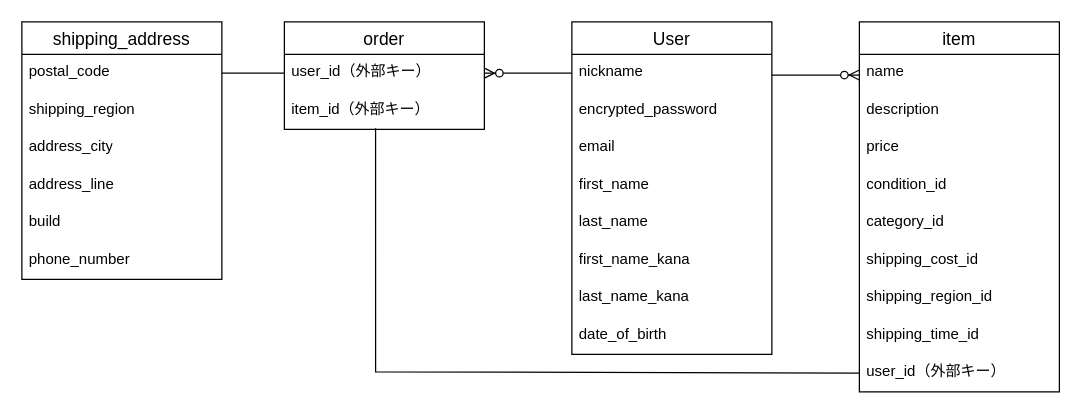
Above: ER.dio in agkazuya/furima-41808 (draw.io), before the change. Source tidied: cells renumbered, new cells numbered last; positions are measured from the earlier drawing's top-left corner, leaving out a move shared by most shapes. Both pictures are drawn from the tidied source at 125%, with x=0, y=0 at pixel (21, -1).
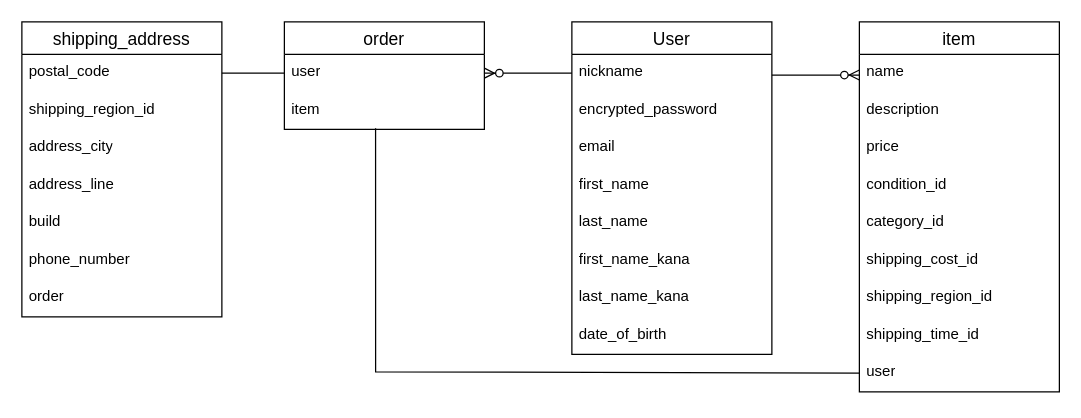
After the change.

Commit message (it also covers changes not shown here):
データベース設計

The change refers to these unchanged cells:
```xml
<mxCell id="11" value="item" style="swimlane;fontStyle=0;horizontal=1;startSize=26;align=center;fontSize=14;" parent="1" vertex="1">
  <mxGeometry x="670" y="18" width="160" height="296" as="geometry" />
</mxCell>
<mxCell id="22" value="order" style="swimlane;fontStyle=0;horizontal=1;startSize=26;align=center;fontSize=14;" parent="1" vertex="1">
  <mxGeometry x="210" y="18" width="160" height="86" as="geometry" />
</mxCell>
```

Diff of the diagram source:
```diff
@@
-    <mxCell id="20" value="user_id（外部キー）" style="text;strokeColor=none;fillColor=none;spacingLeft=4;spacingRight=4;overflow=hidden;points=[[0,0.5],[1,0.5]];portConstraint=eastwest;fontSize=12;whiteSpace=wrap;html=1;" parent="11" vertex="1">
+    <mxCell id="20" value="user" style="text;strokeColor=none;fillColor=none;spacingLeft=4;spacingRight=4;overflow=hidden;points=[[0,0.5],[1,0.5]];portConstraint=eastwest;fontSize=12;whiteSpace=wrap;html=1;" parent="11" vertex="1">
       <mxGeometry y="266" width="160" height="30" as="geometry" />
     </mxCell>
@@
-    <mxCell id="23" value="user_id（外部キー）" style="text;strokeColor=none;fillColor=none;spacingLeft=4;spacingRight=4;overflow=hidden;points=[[0,0.5],[1,0.5]];portConstraint=eastwest;fontSize=12;whiteSpace=wrap;html=1;" parent="22" vertex="1">
+    <mxCell id="23" value="user" style="text;strokeColor=none;fillColor=none;spacingLeft=4;spacingRight=4;overflow=hidden;points=[[0,0.5],[1,0.5]];portConstraint=eastwest;fontSize=12;whiteSpace=wrap;html=1;" parent="22" vertex="1">
       <mxGeometry y="26" width="160" height="30" as="geometry" />
     </mxCell>
-    <mxCell id="24" value="item_id（外部キー）" style="text;strokeColor=none;fillColor=none;spacingLeft=4;spacingRight=4;overflow=hidden;points=[[0,0.5],[1,0.5]];portConstraint=eastwest;fontSize=12;whiteSpace=wrap;html=1;" parent="22" vertex="1">
+    <mxCell id="24" value="item" style="text;strokeColor=none;fillColor=none;spacingLeft=4;spacingRight=4;overflow=hidden;points=[[0,0.5],[1,0.5]];portConstraint=eastwest;fontSize=12;whiteSpace=wrap;html=1;" parent="22" vertex="1">
       <mxGeometry y="56" width="160" height="30" as="geometry" />
     </mxCell>
@@
     <mxCell id="26" value="shipping_address" style="swimlane;fontStyle=0;horizontal=1;startSize=26;align=center;fontSize=14;" parent="1" vertex="1">
-      <mxGeometry y="18" width="160" height="206" as="geometry" />
+      <mxGeometry y="18" width="160" height="236" as="geometry" />
     </mxCell>
@@
-    <mxCell id="28" value="shipping_region" style="text;strokeColor=none;fillColor=none;spacingLeft=4;spacingRight=4;overflow=hidden;fontSize=12;whiteSpace=wrap;html=1;" parent="26" vertex="1">
+    <mxCell id="28" value="shipping_region_id" style="text;strokeColor=none;fillColor=none;spacingLeft=4;spacingRight=4;overflow=hidden;fontSize=12;whiteSpace=wrap;html=1;" parent="26" vertex="1">
       <mxGeometry y="56" width="160" height="30" as="geometry" />
     </mxCell>
@@
+    <mxCell id="35" value="order" style="text;strokeColor=none;fillColor=none;spacingLeft=4;spacingRight=4;overflow=hidden;fontSize=12;whiteSpace=wrap;html=1;" parent="26" vertex="1">
+      <mxGeometry y="206" width="160" height="30" as="geometry" />
+    </mxCell>
```
